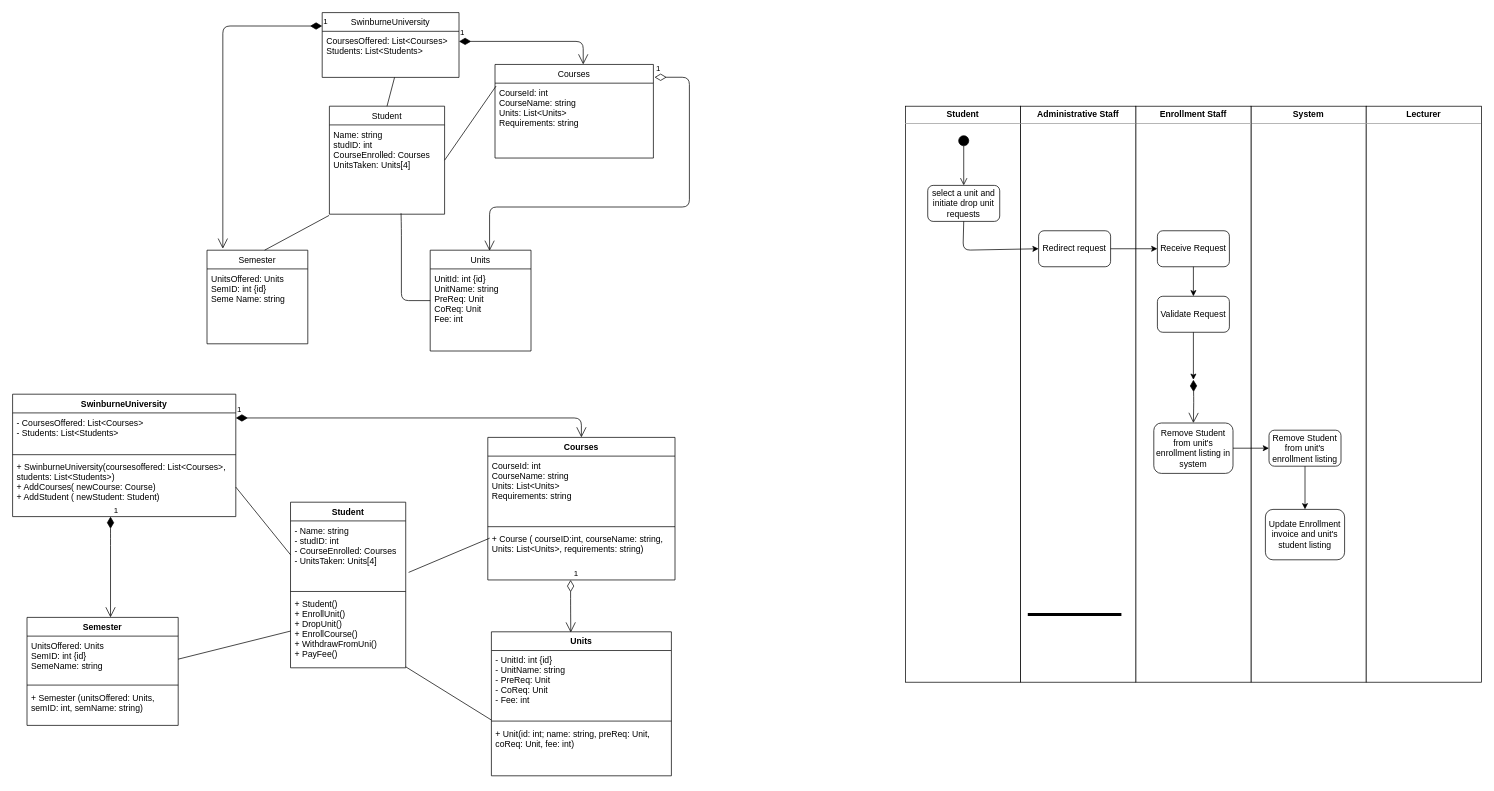
This is CreditTaskDP1.drawio from LastMinuteBanter/DistinctionTaskUML, a draw.io file, before an edit. Source tidied: cells renumbered, new cells numbered last; positions are measured from the earlier drawing's top-left corner, leaving out a move shared by most shapes. Both pictures are drawn from the tidied source at 72%, with x=0, y=0 at pixel (12, 12).
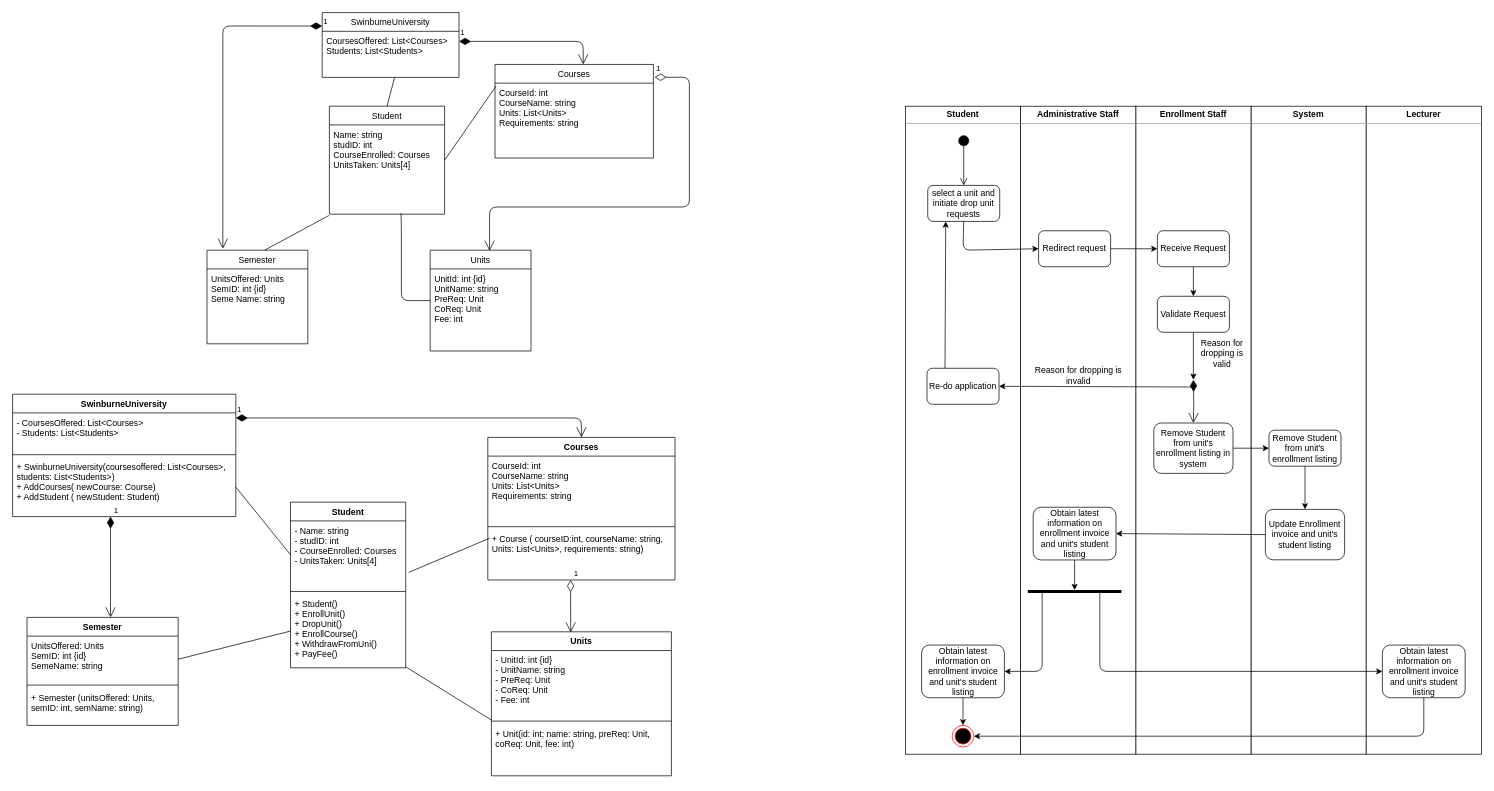
The same page after the edit.

The change refers to these unchanged cells:
```xml
<mxCell id="51" value="&lt;span&gt;select a unit and initiate drop unit requests&lt;/span&gt;" style="rounded=1;whiteSpace=wrap;html=1;" parent="1" vertex="1">
  <mxGeometry x="1271" y="240" width="100" height="50" as="geometry" />
</mxCell>
<mxCell id="59" value="Update Enrollment invoice and unit's student listing " style="rounded=1;whiteSpace=wrap;html=1;" parent="1" vertex="1">
  <mxGeometry x="1740" y="690" width="110" height="70" as="geometry" />
</mxCell>
```

Diff of the diagram source:
```diff
@@
     <mxCell id="2" value="&lt;p style=&quot;margin: 0px ; margin-top: 4px ; text-align: center&quot;&gt;&lt;b&gt;System&lt;/b&gt;&lt;br&gt;&lt;/p&gt;&lt;hr size=&quot;1&quot;&gt;&lt;div style=&quot;height: 2px&quot;&gt;&lt;/div&gt;" style="verticalAlign=top;align=left;overflow=fill;fontSize=12;fontFamily=Helvetica;html=1;" parent="1" vertex="1">
-      <mxGeometry x="1720" y="130" width="160" height="800" as="geometry" />
+      <mxGeometry x="1720" y="130" width="160" height="900" as="geometry" />
     </mxCell>
     <mxCell id="3" value="&lt;p style=&quot;margin: 0px ; margin-top: 4px ; text-align: center&quot;&gt;&lt;b&gt;Enrollment Staff&lt;/b&gt;&lt;/p&gt;&lt;hr size=&quot;1&quot;&gt;&lt;div style=&quot;height: 2px&quot;&gt;&lt;/div&gt;" style="verticalAlign=top;align=left;overflow=fill;fontSize=12;fontFamily=Helvetica;html=1;" parent="1" vertex="1">
-      <mxGeometry x="1560" y="130" width="160" height="800" as="geometry" />
+      <mxGeometry x="1560" y="130" width="160" height="900" as="geometry" />
     </mxCell>
     <mxCell id="4" value="&lt;p style=&quot;margin: 0px ; margin-top: 4px ; text-align: center&quot;&gt;&lt;b&gt;Student&lt;/b&gt;&lt;br&gt;&lt;/p&gt;&lt;hr size=&quot;1&quot;&gt;&lt;div style=&quot;height: 2px&quot;&gt;&lt;/div&gt;" style="verticalAlign=top;align=left;overflow=fill;fontSize=12;fontFamily=Helvetica;html=1;" parent="1" vertex="1">
-      <mxGeometry x="1240" y="130" width="160" height="800" as="geometry" />
+      <mxGeometry x="1240" y="130" width="160" height="900" as="geometry" />
     </mxCell>
     <mxCell id="5" value="&lt;p style=&quot;margin: 0px ; margin-top: 4px ; text-align: center&quot;&gt;&lt;b&gt;Administrative Staff&lt;/b&gt;&lt;/p&gt;&lt;hr size=&quot;1&quot;&gt;&lt;div style=&quot;height: 2px&quot;&gt;&lt;/div&gt;" style="verticalAlign=top;align=left;overflow=fill;fontSize=12;fontFamily=Helvetica;html=1;" parent="1" vertex="1">
-      <mxGeometry x="1400" y="130" width="160" height="800" as="geometry" />
+      <mxGeometry x="1400" y="130" width="160" height="900" as="geometry" />
     </mxCell>
@@
     <mxCell id="56" value="&lt;p style=&quot;margin: 0px ; margin-top: 4px ; text-align: center&quot;&gt;&lt;b&gt;Lecturer&lt;/b&gt;&lt;/p&gt;&lt;hr size=&quot;1&quot;&gt;&lt;div style=&quot;height: 2px&quot;&gt;&lt;/div&gt;" style="verticalAlign=top;align=left;overflow=fill;fontSize=12;fontFamily=Helvetica;html=1;" parent="1" vertex="1">
-      <mxGeometry x="1880" y="130" width="160" height="800" as="geometry" />
+      <mxGeometry x="1880" y="130" width="160" height="900" as="geometry" />
     </mxCell>
@@
     <mxCell id="66" style="line;strokeWidth=4;html=1;perimeter=backbonePerimeter;points=[];outlineConnect=0;" parent="1" vertex="1">
-      <mxGeometry x="1410" y="831.9" width="130" height="8.1" as="geometry" />
+      <mxGeometry x="1410" y="800" width="130" height="8.1" as="geometry" />
     </mxCell>
+    <mxCell id="67" value="Obtain latest information on enrollment invoice and unit's student listing" style="rounded=1;whiteSpace=wrap;html=1;" parent="1" vertex="1">
+      <mxGeometry x="1417.5" y="687" width="115" height="73.2" as="geometry" />
+    </mxCell>
+    <mxCell id="68" style="endArrow=classic;html=1;exitX=0.5;exitY=1;exitDx=0;exitDy=0;" parent="1" edge="1" source="67" target="66">
+      <mxGeometry relative="1" as="geometry" />
+    </mxCell>
+    <mxCell id="69" value="Obtain latest information on enrollment invoice and unit's student listing" style="rounded=1;whiteSpace=wrap;html=1;" parent="1" vertex="1">
+      <mxGeometry x="1262.5" y="878.4" width="115" height="73.2" as="geometry" />
+    </mxCell>
+    <mxCell id="70" style="endArrow=classic;html=1;entryX=1;entryY=0.5;entryDx=0;entryDy=0;" parent="1" edge="1" source="66" target="69">
+      <mxGeometry relative="1" as="geometry">
+        <Array as="points">
+          <mxPoint x="1430" y="915" />
+        </Array>
+      </mxGeometry>
+    </mxCell>
+    <mxCell id="71" value="Obtain latest information on enrollment invoice and unit's student listing" style="rounded=1;whiteSpace=wrap;html=1;" parent="1" vertex="1">
+      <mxGeometry x="1902.5" y="878.4" width="115" height="73.2" as="geometry" />
+    </mxCell>
+    <mxCell id="72" style="endArrow=classic;html=1;entryX=0;entryY=0.5;entryDx=0;entryDy=0;" parent="1" edge="1" source="66" target="71">
+      <mxGeometry relative="1" as="geometry">
+        <Array as="points">
+          <mxPoint x="1510" y="915" />
+        </Array>
+      </mxGeometry>
+    </mxCell>
+    <mxCell id="73" style="endArrow=classic;html=1;entryX=1;entryY=0.5;entryDx=0;entryDy=0;exitX=0;exitY=0.5;exitDx=0;exitDy=0;" parent="1" edge="1" source="59" target="67">
+      <mxGeometry relative="1" as="geometry" />
+    </mxCell>
+    <mxCell id="74" style="endArrow=classic;html=1;entryX=1;entryY=0.5;entryDx=0;entryDy=0;" parent="1" edge="1" target="75">
+      <mxGeometry relative="1" as="geometry">
+        <mxPoint x="1640" y="520" as="sourcePoint" />
+      </mxGeometry>
+    </mxCell>
+    <mxCell id="75" value="Re-do application " style="rounded=1;whiteSpace=wrap;html=1;" parent="1" vertex="1">
+      <mxGeometry x="1270" y="494" width="100" height="50" as="geometry" />
+    </mxCell>
+    <mxCell id="76" style="endArrow=classic;html=1;exitX=0.25;exitY=0;exitDx=0;exitDy=0;entryX=0.25;entryY=1;entryDx=0;entryDy=0;" parent="1" edge="1" source="75" target="51">
+      <mxGeometry relative="1" as="geometry" />
+    </mxCell>
+    <mxCell id="77" value="Reason for dropping is invalid" style="text;html=1;strokeColor=none;fillColor=none;align=center;verticalAlign=middle;whiteSpace=wrap;rounded=0;" parent="1" vertex="1">
+      <mxGeometry x="1407.5" y="494" width="145" height="20" as="geometry" />
+    </mxCell>
+    <mxCell id="78" value="Reason for dropping is valid" style="text;html=1;strokeColor=none;fillColor=none;align=center;verticalAlign=middle;whiteSpace=wrap;rounded=0;" parent="1" vertex="1">
+      <mxGeometry x="1640" y="444" width="80" height="60" as="geometry" />
+    </mxCell>
+    <mxCell id="79" style="ellipse;html=1;shape=endState;fillColor=#000000;strokeColor=#ff0000;" parent="1" vertex="1">
+      <mxGeometry x="1305" y="990" width="30" height="30" as="geometry" />
+    </mxCell>
+    <mxCell id="80" style="endArrow=classic;html=1;exitX=0.5;exitY=1;exitDx=0;exitDy=0;entryX=0.5;entryY=0;entryDx=0;entryDy=0;" parent="1" edge="1" source="69" target="79">
+      <mxGeometry relative="1" as="geometry" />
+    </mxCell>
+    <mxCell id="81" style="endArrow=classic;html=1;entryX=1;entryY=0.5;entryDx=0;entryDy=0;exitX=0.5;exitY=1;exitDx=0;exitDy=0;" parent="1" edge="1" source="71" target="79">
+      <mxGeometry relative="1" as="geometry">
+        <Array as="points">
+          <mxPoint x="1960" y="1005" />
+        </Array>
+      </mxGeometry>
+    </mxCell>
```
